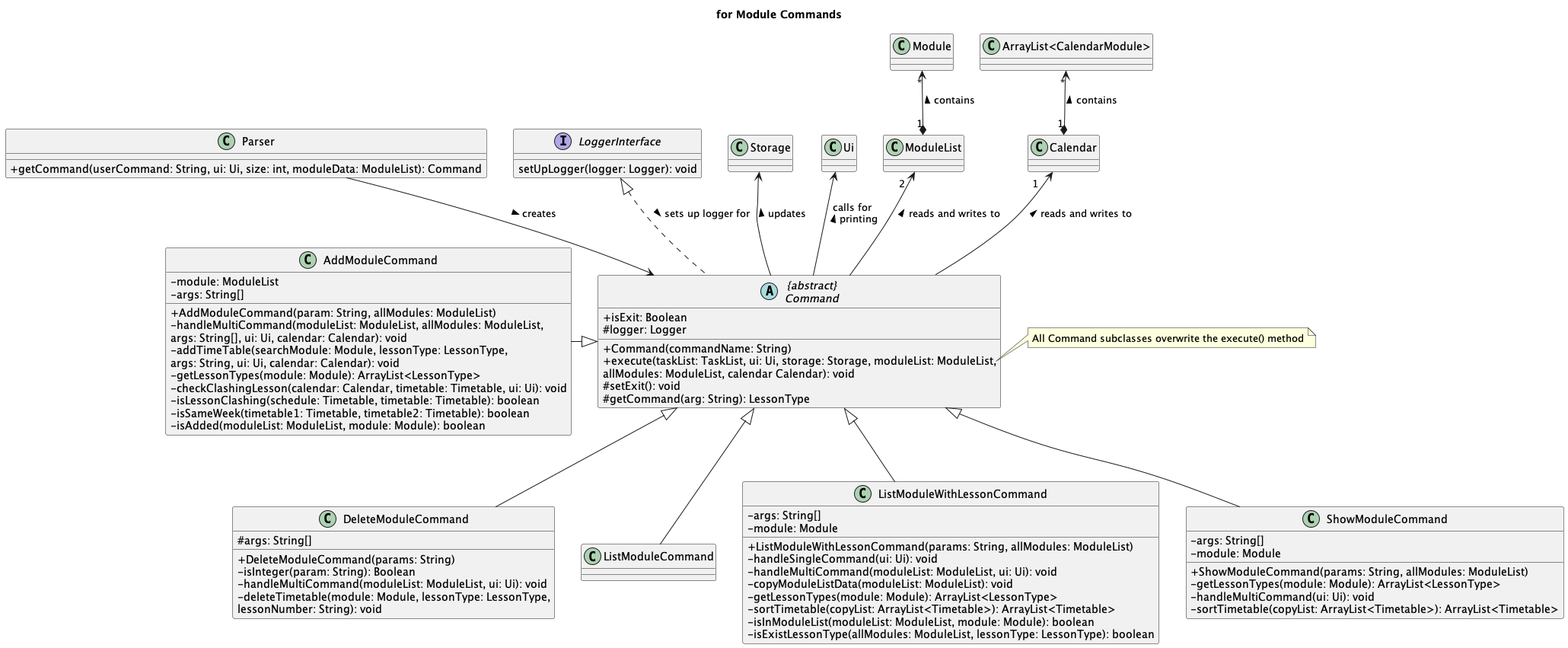
Before: docs/uml-diagrams/Command2-for_Module_Commands.png, a diagram exported from PlantUML (nus-cs2113-AY2223S2/tp).
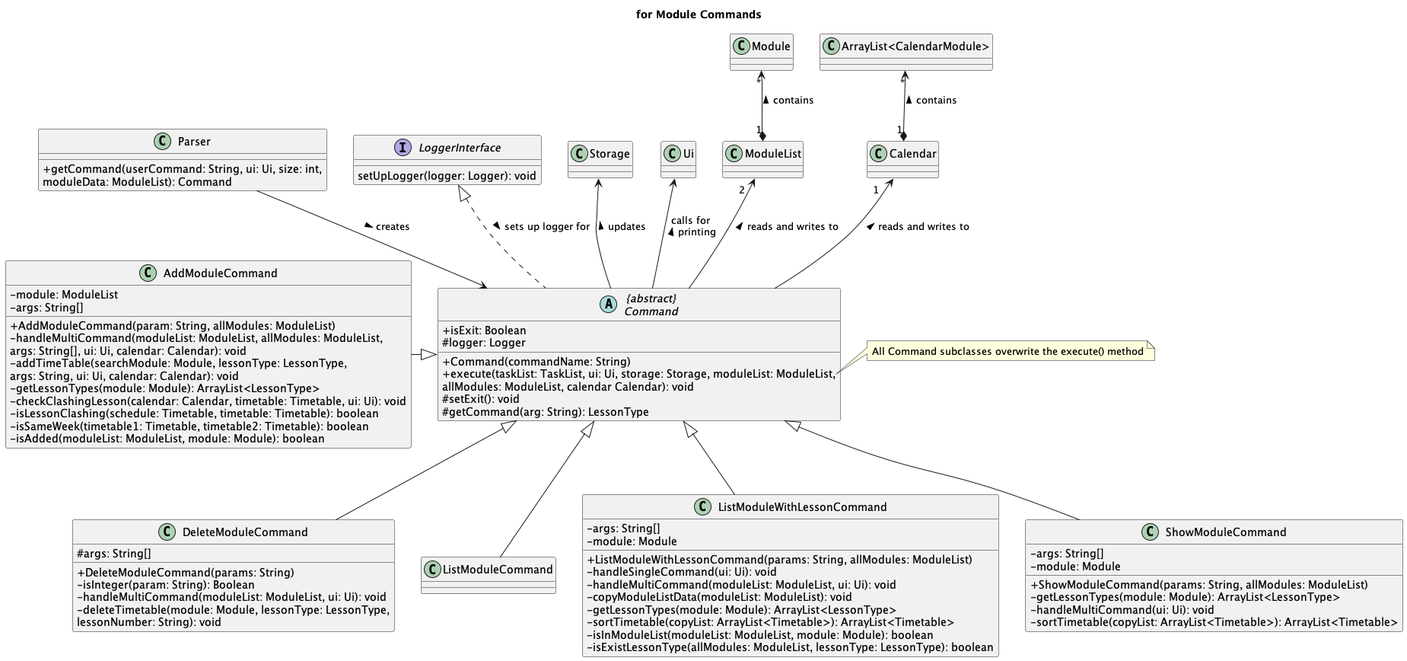
Above is the later version.

The edit, as a diff of the source:
```diff
@@ -4,7 +4,8 @@
 title for Module Commands
 
 class Parser {
-+ getCommand(userCommand: String, ui: Ui, size: int, moduleData: ModuleList): Command
++ getCommand(userCommand: String, ui: Ui, size: int,
+moduleData: ModuleList): Command
 }
 Parser --> Command : creates >
 
```
